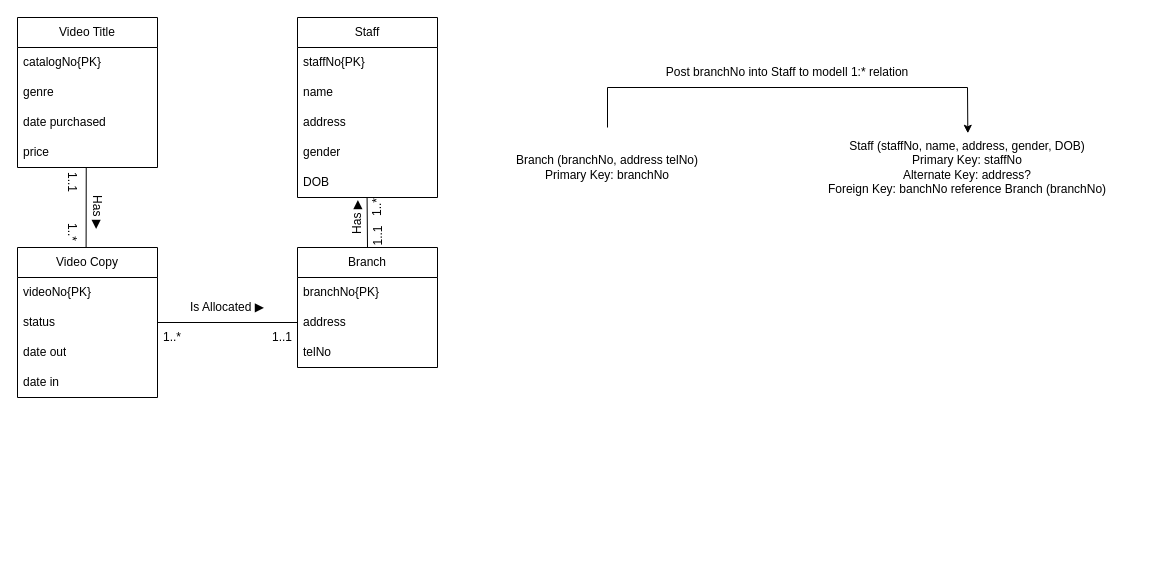
shadowngks/DBMS keeps this draw.io diagram as DBMS_T02_3b.drawio. Above is the earlier version. Source tidied: cells renumbered, new cells numbered last; positions are measured from the earlier drawing's top-left corner, leaving out a move shared by most shapes. Both pictures are drawn from the tidied source at 100%, with x=0, y=0 at pixel (17, 17).
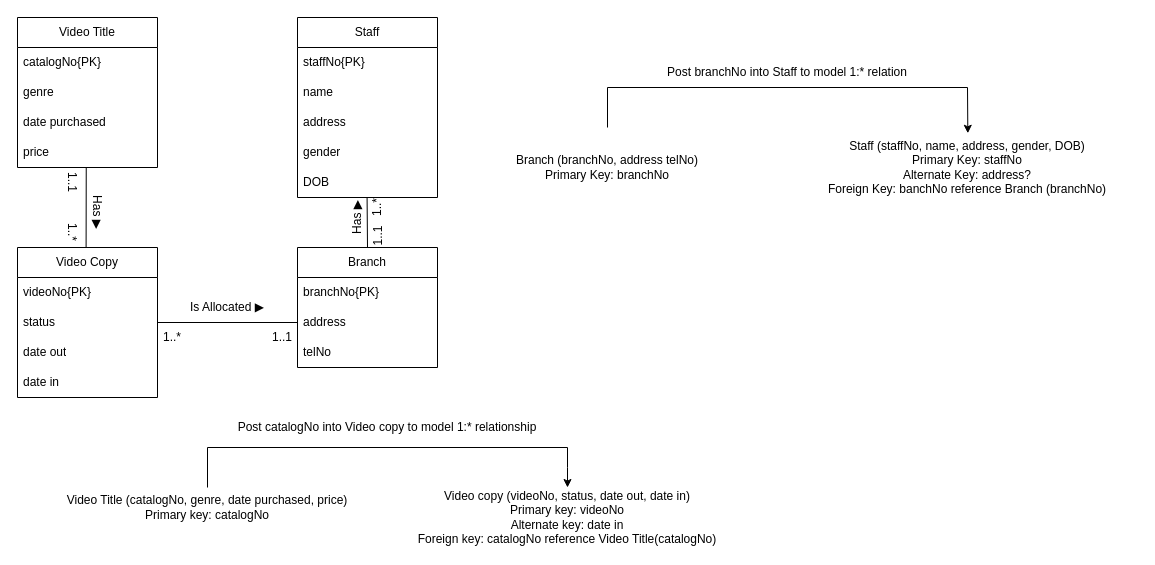
Above is the later version.

Diff of the diagram source:
```diff
@@
+    <mxCell id="38" style="endArrow=classic;html=1;rounded=0;" parent="1" edge="1">
+      <mxGeometry relative="1" as="geometry">
+        <mxPoint x="190" y="470" as="sourcePoint" />
+        <mxPoint x="550" y="470" as="targetPoint" />
+        <Array as="points">
+          <mxPoint x="190" y="430" />
+          <mxPoint x="550" y="430" />
+          <mxPoint x="550" y="450" />
+        </Array>
+      </mxGeometry>
+    </mxCell>
@@
+    <mxCell id="39" value="Video Title (catalogNo, genre, date purchased, price)&lt;div&gt;Primary key: catalogNo&lt;/div&gt;" style="text;html=1;align=center;verticalAlign=middle;whiteSpace=wrap;rounded=0;" parent="1" vertex="1">
+      <mxGeometry x="30" y="470" width="320" height="40" as="geometry" />
+    </mxCell>
-    <mxCell id="35" value="Post branchNo into Staff to modell 1:* relation" style="text;html=1;align=center;verticalAlign=middle;whiteSpace=wrap;rounded=0;" parent="1" vertex="1">
+    <mxCell id="35" value="Post branchNo into Staff to model 1:* relation" style="text;html=1;align=center;verticalAlign=middle;whiteSpace=wrap;rounded=0;" parent="1" vertex="1">
       <mxGeometry x="590" y="40" width="360" height="30" as="geometry" />
     </mxCell>
+    <mxCell id="40" value="Video copy (videoNo, status, date out, date in)&lt;div&gt;Primary key: videoNo&lt;/div&gt;&lt;div&gt;Alternate key: date in&lt;/div&gt;&lt;div&gt;Foreign key: catalogNo reference Video Title(catalogNo)&lt;/div&gt;" style="text;html=1;align=center;verticalAlign=middle;whiteSpace=wrap;rounded=0;" parent="1" vertex="1">
+      <mxGeometry x="390" y="470" width="320" height="60" as="geometry" />
+    </mxCell>
@@
+    <mxCell id="41" value="Post catalogNo into Video copy to model 1:* relationship" style="text;html=1;align=center;verticalAlign=middle;whiteSpace=wrap;rounded=0;" parent="1" vertex="1">
+      <mxGeometry x="210" y="390" width="320" height="40" as="geometry" />
+    </mxCell>
```
